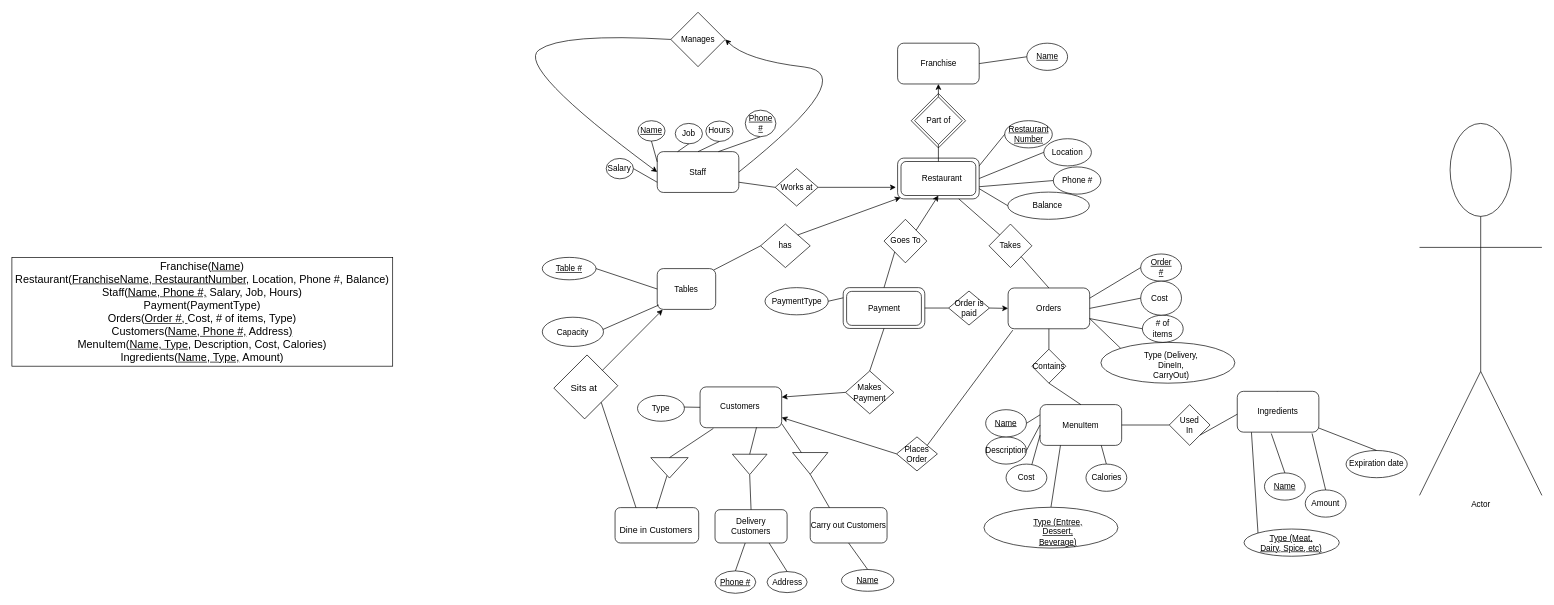
Above: Copy of Copy of Copy of Copy of E/R Diagram.drawio in yeongKo/git-training (draw.io), before the change. Source tidied: cells renumbered, new cells numbered last; positions are measured from the earlier drawing's top-left corner, leaving out a move shared by most shapes. Both pictures are drawn from the tidied source at 68%, with x=0, y=0 at pixel (12, 12).
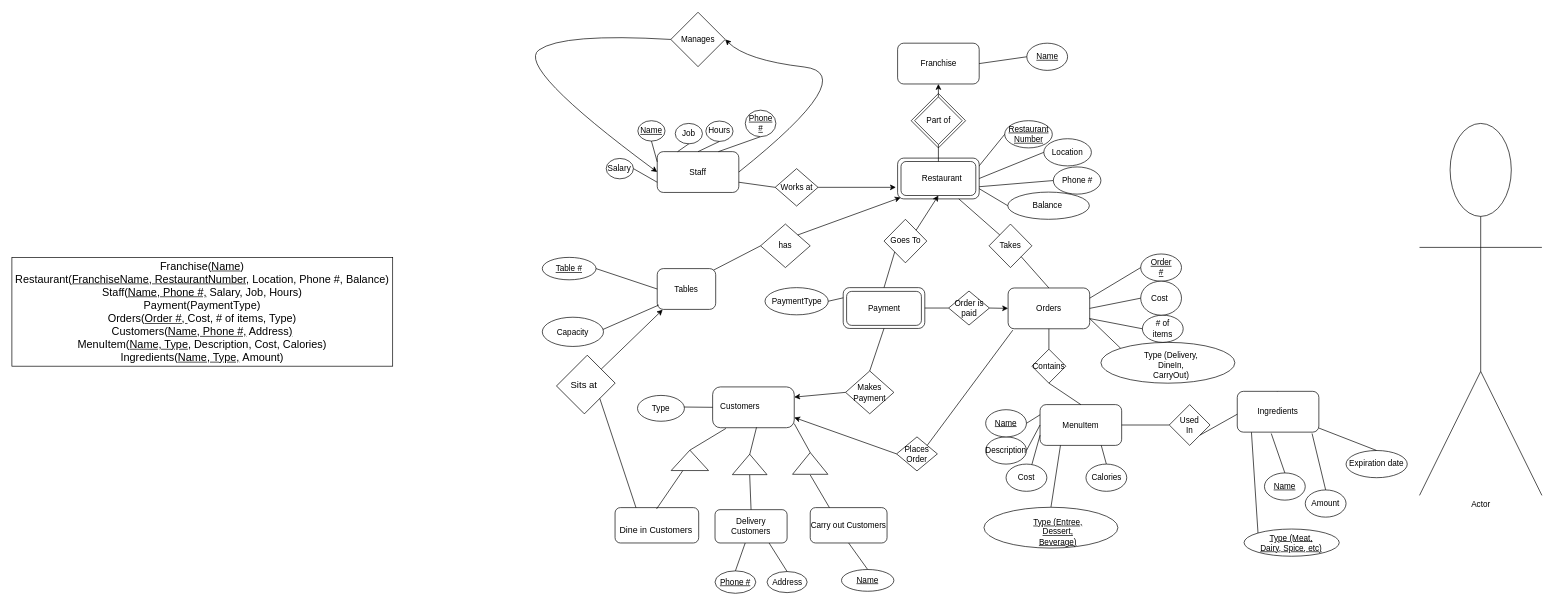
The same diagram, later.

Unchanged cells that the change refers to:
```xml
<mxCell id="8" style="group;" parent="1" vertex="1">
  <mxGeometry x="1137" y="570" width="915" height="231.5" as="geometry" />
</mxCell>
<mxCell id="55" value="Carry out Customers" style="rounded=1;whiteSpace=wrap;html=1;" parent="8" vertex="1">
  <mxGeometry x="37" y="158" width="113" height="52" as="geometry" />
</mxCell>
```

The edit, as a diff of the source:
```diff
@@
     <mxCell id="3" style="rounded=0;whiteSpace=wrap;html=1;glass=0;rotation=45;" parent="1" vertex="1">
-      <mxGeometry x="812" y="516" width="64" height="69" as="geometry" />
+      <mxGeometry x="815" y="515" width="58" height="64" as="geometry" />
     </mxCell>
@@
-    <mxCell id="56" style="triangle;whiteSpace=wrap;html=1;rotation=90;" parent="8" vertex="1">
+    <mxCell id="56" style="triangle;whiteSpace=wrap;html=1;rotation=-90;" parent="8" vertex="1">
       <mxGeometry x="21" y="67" width="32" height="52" as="geometry" />
     </mxCell>
-    <mxCell id="57" style="endArrow=none;html=1;entryX=1;entryY=0.5;entryDx=0;entryDy=0;exitX=0.25;exitY=0;exitDx=0;exitDy=0;" parent="8" edge="1" source="55" target="56">
-      <mxGeometry relative="1" as="geometry" />
+    <mxCell id="57" style="endArrow=none;html=1;exitX=0.25;exitY=0;exitDx=0;exitDy=0;" parent="8" edge="1" source="55">
+      <mxGeometry relative="1" as="geometry">
+        <mxPoint x="37" y="110" as="targetPoint" />
+      </mxGeometry>
     </mxCell>
@@
-    <mxCell id="147" style="rounded=1;whiteSpace=wrap;html=1;" parent="1" vertex="1">
-      <mxGeometry x="1012" y="550.5" width="120" height="60" as="geometry" />
+    <mxCell id="147" style="rounded=1;whiteSpace=wrap;html=1;arcSize=19;" parent="1" vertex="1">
+      <mxGeometry x="1030.5" y="550.5" width="120" height="60" as="geometry" />
     </mxCell>
@@
-    <mxCell id="172" style="triangle;whiteSpace=wrap;html=1;rotation=0;direction=south;" parent="1" vertex="1">
-      <mxGeometry x="939.5" y="654.5" width="55" height="30" as="geometry" />
+    <mxCell id="172" style="triangle;whiteSpace=wrap;html=1;rotation=90;direction=west;" parent="1" vertex="1">
+      <mxGeometry x="982" y="631" width="30" height="55" as="geometry" />
     </mxCell>
-    <mxCell id="173" style="triangle;whiteSpace=wrap;html=1;rotation=90;" parent="1" vertex="1">
+    <mxCell id="173" style="triangle;whiteSpace=wrap;html=1;rotation=-90;" parent="1" vertex="1">
       <mxGeometry x="1070" y="639" width="30" height="51" as="geometry" />
     </mxCell>
-    <mxCell id="174" style="endArrow=none;html=1;exitX=0;exitY=0.5;exitDx=0;exitDy=0;entryX=0.163;entryY=1.017;entryDx=0;entryDy=0;entryPerimeter=0;" parent="1" edge="1" source="172" target="147">
+    <mxCell id="174" style="endArrow=none;html=1;exitX=1;exitY=0.5;exitDx=0;exitDy=0;entryX=0.163;entryY=1.017;entryDx=0;entryDy=0;entryPerimeter=0;" parent="1" edge="1" source="172" target="147">
       <mxGeometry relative="1" as="geometry" />
     </mxCell>
-    <mxCell id="175" style="endArrow=none;html=1;exitX=0;exitY=0.5;exitDx=0;exitDy=0;" parent="1" edge="1" source="173">
+    <mxCell id="175" style="endArrow=none;html=1;" parent="1" edge="1">
       <mxGeometry relative="1" as="geometry">
+        <mxPoint x="1085" y="650" as="sourcePoint" />
         <mxPoint x="1095" y="610" as="targetPoint" />
       </mxGeometry>
     </mxCell>
@@
-    <mxCell id="177" style="endArrow=none;html=1;exitX=0;exitY=0.75;exitDx=0;exitDy=0;entryX=1;entryY=0.9;entryDx=0;entryDy=0;entryPerimeter=0;" parent="1" edge="1" source="56" target="147">
+    <mxCell id="177" style="endArrow=none;html=1;exitX=1;exitY=0.5;exitDx=0;exitDy=0;entryX=1;entryY=0.9;entryDx=0;entryDy=0;entryPerimeter=0;" parent="1" edge="1" source="56" target="147">
       <mxGeometry relative="1" as="geometry" />
     </mxCell>
@@
     <mxCell id="190" value="&lt;span style=&quot;font-size: 14px&quot;&gt;Sits at&lt;/span&gt;" style="text;html=1;align=left;verticalAlign=top;spacingTop=-4;" parent="1" vertex="1">
-      <mxGeometry x="819.5" y="540.5" width="50" height="20" as="geometry" />
+      <mxGeometry x="820" y="537" width="50" height="20" as="geometry" />
     </mxCell>
```
